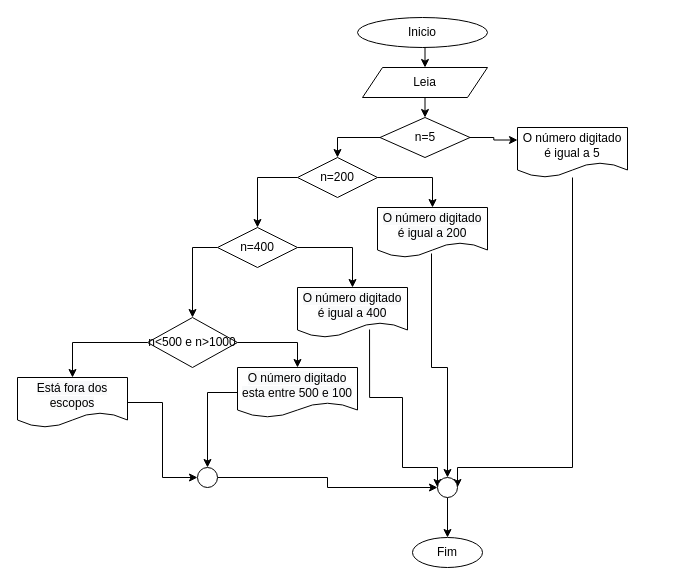
The draw.io diagram fluxograma 4.drawio in kaiorod/teste-calculadora, before the edit. Source tidied: cells renumbered, new cells numbered last; positions are measured from the earlier drawing's top-left corner, leaving out a move shared by most shapes. Both pictures are drawn from the tidied source at 100%, with x=0, y=0 at pixel (17, 17).
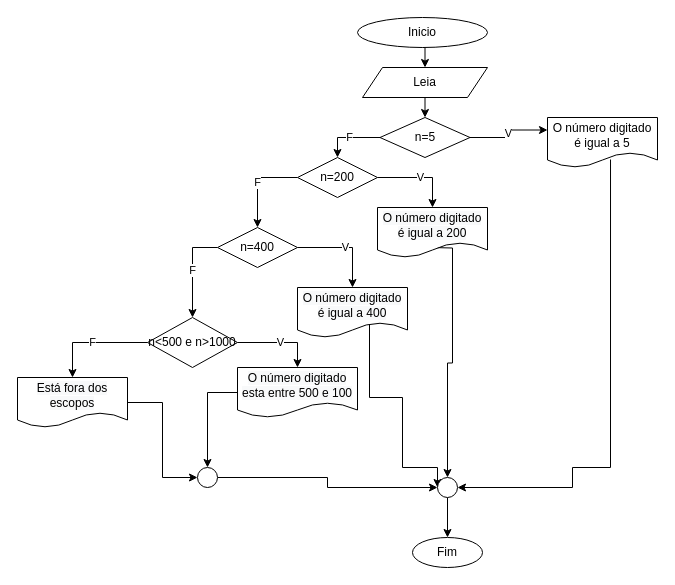
After the change.

Unchanged cells that the change refers to:
```xml
<mxCell id="8" value="n=5" style="rhombus;whiteSpace=wrap;html=1;" parent="1" vertex="1">
  <mxGeometry x="362.5" y="100" width="90" height="40" as="geometry" />
</mxCell>
<mxCell id="13" value="n=200" style="rhombus;whiteSpace=wrap;html=1;" parent="1" vertex="1">
  <mxGeometry x="280" y="140" width="80" height="40" as="geometry" />
</mxCell>
<mxCell id="15" value="&lt;span style=&quot;color: rgb(0 , 0 , 0) ; font-family: &amp;#34;helvetica&amp;#34; ; font-size: 12px ; font-style: normal ; font-weight: 400 ; letter-spacing: normal ; text-align: center ; text-indent: 0px ; text-transform: none ; word-spacing: 0px ; background-color: rgb(248 , 249 , 250) ; display: inline ; float: none&quot;&gt;O número digitado é igual a 200&lt;/span&gt;" style="shape=document;whiteSpace=wrap;html=1;boundedLbl=1;" parent="1" vertex="1">
  <mxGeometry x="360" y="190" width="110" height="50" as="geometry" />
</mxCell>
<mxCell id="18" value="n=400" style="rhombus;whiteSpace=wrap;html=1;" parent="1" vertex="1">
  <mxGeometry x="200" y="210" width="80" height="40" as="geometry" />
</mxCell>
<mxCell id="20" value="&lt;span style=&quot;color: rgb(0 , 0 , 0) ; font-family: &amp;#34;helvetica&amp;#34; ; font-size: 12px ; font-style: normal ; font-weight: 400 ; letter-spacing: normal ; text-align: center ; text-indent: 0px ; text-transform: none ; word-spacing: 0px ; background-color: rgb(248 , 249 , 250) ; display: inline ; float: none&quot;&gt;O número digitado é igual a 400&lt;/span&gt;" style="shape=document;whiteSpace=wrap;html=1;boundedLbl=1;" parent="1" vertex="1">
  <mxGeometry x="280" y="270" width="110" height="50" as="geometry" />
</mxCell>
<mxCell id="23" value="n&amp;lt;500 e n&amp;gt;1000" style="rhombus;whiteSpace=wrap;html=1;" parent="1" vertex="1">
  <mxGeometry x="130" y="300" width="90" height="50" as="geometry" />
</mxCell>
<mxCell id="25" value="&lt;span style=&quot;color: rgb(0 , 0 , 0) ; font-family: &amp;#34;helvetica&amp;#34; ; font-size: 12px ; font-style: normal ; font-weight: 400 ; letter-spacing: normal ; text-align: center ; text-indent: 0px ; text-transform: none ; word-spacing: 0px ; background-color: rgb(248 , 249 , 250) ; display: inline ; float: none&quot;&gt;O número digitado esta entre 500 e 100&lt;/span&gt;" style="shape=document;whiteSpace=wrap;html=1;boundedLbl=1;" parent="1" vertex="1">
  <mxGeometry x="220" y="350" width="120" height="50" as="geometry" />
</mxCell>
<mxCell id="27" value="&lt;span style=&quot;color: rgb(0 , 0 , 0) ; font-family: &amp;#34;helvetica&amp;#34; ; font-size: 12px ; font-style: normal ; font-weight: 400 ; letter-spacing: normal ; text-align: center ; text-indent: 0px ; text-transform: none ; word-spacing: 0px ; background-color: rgb(248 , 249 , 250) ; display: inline ; float: none&quot;&gt;Está fora dos escopos&lt;/span&gt;" style="shape=document;whiteSpace=wrap;html=1;boundedLbl=1;" parent="1" vertex="1">
  <mxGeometry y="360" width="110" height="50" as="geometry" />
</mxCell>
<mxCell id="30" style="ellipse;whiteSpace=wrap;html=1;" parent="1" vertex="1">
  <mxGeometry x="420" y="460" width="20" height="20" as="geometry" />
</mxCell>
```

Diff of the diagram source:
```diff
@@
-    <mxCell id="6" style="edgeStyle=orthogonalEdgeStyle;rounded=0;jettySize=auto;html=1;exitX=1;exitY=0.5;exitDx=0;exitDy=0;entryX=0;entryY=0.25;entryDx=0;entryDy=0;" parent="1" edge="1" source="8" target="10">
+    <mxCell id="6" value="V" style="edgeStyle=orthogonalEdgeStyle;rounded=0;jettySize=auto;html=1;exitX=1;exitY=0.5;exitDx=0;exitDy=0;entryX=0;entryY=0.25;entryDx=0;entryDy=0;" parent="1" edge="1" source="8" target="10">
       <mxGeometry relative="1" as="geometry" />
     </mxCell>
-    <mxCell id="7" style="edgeStyle=orthogonalEdgeStyle;rounded=0;jettySize=auto;html=1;exitX=0;exitY=0.5;exitDx=0;exitDy=0;entryX=0.5;entryY=0;entryDx=0;entryDy=0;" parent="1" edge="1" source="8" target="13">
+    <mxCell id="7" value="F" style="edgeStyle=orthogonalEdgeStyle;rounded=0;jettySize=auto;html=1;exitX=0;exitY=0.5;exitDx=0;exitDy=0;entryX=0.5;entryY=0;entryDx=0;entryDy=0;" parent="1" edge="1" source="8" target="13">
       <mxGeometry relative="1" as="geometry" />
     </mxCell>
@@
-    <mxCell id="9" style="edgeStyle=orthogonalEdgeStyle;rounded=0;jettySize=auto;html=1;entryX=1;entryY=0.5;entryDx=0;entryDy=0;" parent="1" edge="1" source="10" target="30">
+    <mxCell id="9" style="edgeStyle=orthogonalEdgeStyle;rounded=0;jettySize=auto;html=1;entryX=1;entryY=0.5;entryDx=0;entryDy=0;exitX=0.573;exitY=0.84;exitDx=0;exitDy=0;exitPerimeter=0;" parent="1" edge="1" source="10" target="30">
       <mxGeometry relative="1" as="geometry">
         <Array as="points">
+          <mxPoint x="593" y="450" />
           <mxPoint x="555" y="450" />
+          <mxPoint x="555" y="470" />
         </Array>
       </mxGeometry>
     </mxCell>
     <mxCell id="10" value="O número digitado é igual a 5" style="shape=document;whiteSpace=wrap;html=1;boundedLbl=1;" parent="1" vertex="1">
-      <mxGeometry x="500" y="110" width="110" height="50" as="geometry" />
+      <mxGeometry x="530" y="100" width="110" height="50" as="geometry" />
     </mxCell>
-    <mxCell id="11" style="edgeStyle=orthogonalEdgeStyle;rounded=0;jettySize=auto;html=1;exitX=0;exitY=0.5;exitDx=0;exitDy=0;" parent="1" edge="1" source="13" target="18">
+    <mxCell id="11" value="F" style="edgeStyle=orthogonalEdgeStyle;rounded=0;jettySize=auto;html=1;exitX=0;exitY=0.5;exitDx=0;exitDy=0;" parent="1" edge="1" source="13" target="18">
       <mxGeometry relative="1" as="geometry" />
     </mxCell>
-    <mxCell id="12" style="edgeStyle=orthogonalEdgeStyle;rounded=0;jettySize=auto;html=1;exitX=1;exitY=0.5;exitDx=0;exitDy=0;entryX=0.5;entryY=0;entryDx=0;entryDy=0;" parent="1" edge="1" source="13" target="15">
+    <mxCell id="12" value="V" style="edgeStyle=orthogonalEdgeStyle;rounded=0;jettySize=auto;html=1;exitX=1;exitY=0.5;exitDx=0;exitDy=0;entryX=0.5;entryY=0;entryDx=0;entryDy=0;" parent="1" edge="1" source="13" target="15">
       <mxGeometry relative="1" as="geometry" />
     </mxCell>
@@
-    <mxCell id="14" style="edgeStyle=orthogonalEdgeStyle;rounded=0;jettySize=auto;html=1;entryX=0.5;entryY=0;entryDx=0;entryDy=0;exitX=0.491;exitY=0.92;exitDx=0;exitDy=0;exitPerimeter=0;" parent="1" edge="1" source="15" target="30">
-      <mxGeometry relative="1" as="geometry" />
+    <mxCell id="14" style="edgeStyle=orthogonalEdgeStyle;rounded=0;jettySize=auto;html=1;entryX=0.5;entryY=0;entryDx=0;entryDy=0;" parent="1" edge="1" target="30">
+      <mxGeometry relative="1" as="geometry">
+        <mxPoint x="414" y="230" as="sourcePoint" />
+      </mxGeometry>
     </mxCell>
@@
-    <mxCell id="16" style="edgeStyle=orthogonalEdgeStyle;rounded=0;jettySize=auto;html=1;exitX=0;exitY=0.5;exitDx=0;exitDy=0;entryX=0.5;entryY=0;entryDx=0;entryDy=0;" parent="1" edge="1" source="18" target="23">
+    <mxCell id="16" value="F" style="edgeStyle=orthogonalEdgeStyle;rounded=0;jettySize=auto;html=1;exitX=0;exitY=0.5;exitDx=0;exitDy=0;entryX=0.5;entryY=0;entryDx=0;entryDy=0;" parent="1" edge="1" source="18" target="23">
       <mxGeometry relative="1" as="geometry" />
     </mxCell>
-    <mxCell id="17" style="edgeStyle=orthogonalEdgeStyle;rounded=0;jettySize=auto;html=1;exitX=1;exitY=0.5;exitDx=0;exitDy=0;entryX=0.5;entryY=0;entryDx=0;entryDy=0;" parent="1" edge="1" source="18" target="20">
+    <mxCell id="17" value="V" style="edgeStyle=orthogonalEdgeStyle;rounded=0;jettySize=auto;html=1;exitX=1;exitY=0.5;exitDx=0;exitDy=0;entryX=0.5;entryY=0;entryDx=0;entryDy=0;" parent="1" edge="1" source="18" target="20">
       <mxGeometry relative="1" as="geometry" />
     </mxCell>
@@
-    <mxCell id="19" style="edgeStyle=orthogonalEdgeStyle;rounded=0;jettySize=auto;html=1;entryX=0;entryY=0.5;entryDx=0;entryDy=0;exitX=0.655;exitY=0.84;exitDx=0;exitDy=0;exitPerimeter=0;" parent="1" edge="1" source="20" target="30">
+    <mxCell id="19" style="edgeStyle=orthogonalEdgeStyle;rounded=0;jettySize=auto;html=1;entryX=0;entryY=0.5;entryDx=0;entryDy=0;" parent="1" edge="1" target="30">
       <mxGeometry relative="1" as="geometry">
+        <mxPoint x="352" y="300" as="sourcePoint" />
         <Array as="points">
           <mxPoint x="352" y="380" />
           <mxPoint x="385" y="380" />
           <mxPoint x="385" y="450" />
         </Array>
       </mxGeometry>
     </mxCell>
@@
-    <mxCell id="21" style="edgeStyle=orthogonalEdgeStyle;rounded=0;jettySize=auto;html=1;exitX=0;exitY=0.5;exitDx=0;exitDy=0;" parent="1" edge="1" source="23" target="27">
+    <mxCell id="21" value="F" style="edgeStyle=orthogonalEdgeStyle;rounded=0;jettySize=auto;html=1;exitX=0;exitY=0.5;exitDx=0;exitDy=0;" parent="1" edge="1" source="23" target="27">
       <mxGeometry relative="1" as="geometry" />
     </mxCell>
-    <mxCell id="22" style="edgeStyle=orthogonalEdgeStyle;rounded=0;jettySize=auto;html=1;exitX=1;exitY=0.5;exitDx=0;exitDy=0;entryX=0.5;entryY=0;entryDx=0;entryDy=0;" parent="1" edge="1" source="23" target="25">
+    <mxCell id="22" value="V" style="edgeStyle=orthogonalEdgeStyle;rounded=0;jettySize=auto;html=1;exitX=1;exitY=0.5;exitDx=0;exitDy=0;entryX=0.5;entryY=0;entryDx=0;entryDy=0;" parent="1" edge="1" source="23" target="25">
       <mxGeometry relative="1" as="geometry" />
     </mxCell>
```
